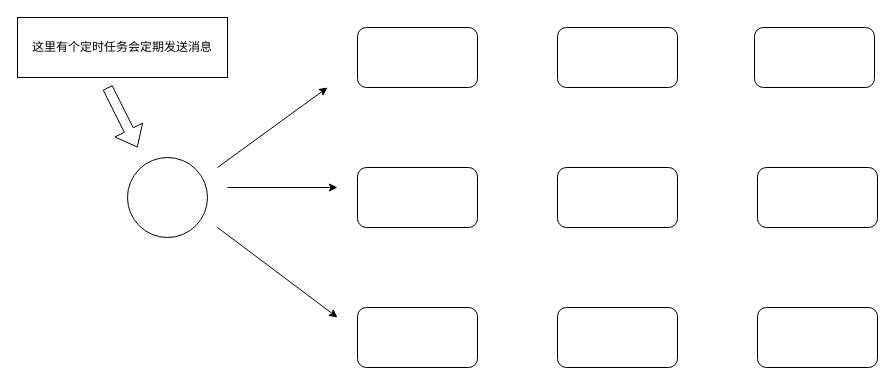
xinzhuxiansheng/blog-notes keeps this draw.io diagram as Drawio/Akka.drawio. Above is the earlier version. Source tidied: cells renumbered, new cells numbered last; positions are measured from the earlier drawing's top-left corner, leaving out a move shared by most shapes. Both pictures are drawn from the tidied source at 100%, with x=0, y=0 at pixel (17, 17).
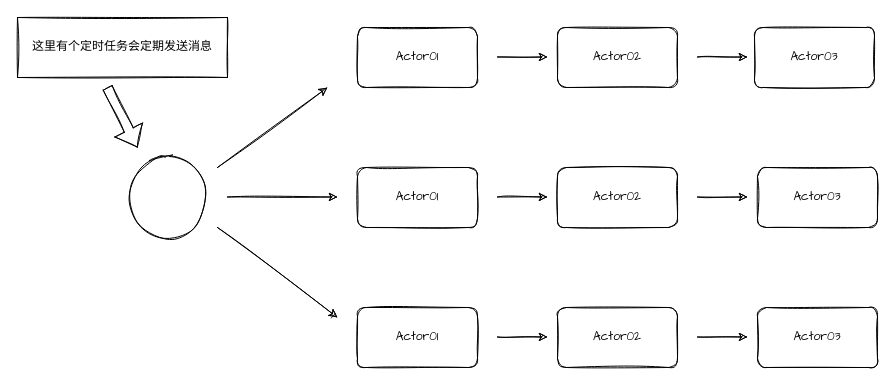
The same diagram, later.

The edit, as a diff of the source:
```diff
@@
-    <mxCell id="2" style="ellipse;whiteSpace=wrap;html=1;" parent="1" vertex="1">
+    <mxCell id="2" style="ellipse;whiteSpace=wrap;html=1;sketch=1;fontFamily=Comic Sans MS;" parent="1" vertex="1">
       <mxGeometry x="110" y="140" width="80" height="80" as="geometry" />
     </mxCell>
-    <mxCell id="3" style="rounded=1;whiteSpace=wrap;html=1;" parent="1" vertex="1">
+    <mxCell id="3" value="Actor01" style="rounded=1;whiteSpace=wrap;html=1;sketch=1;fontFamily=Comic Sans MS;" parent="1" vertex="1">
       <mxGeometry x="340" y="10" width="120" height="60" as="geometry" />
     </mxCell>
-    <mxCell id="4" style="rounded=1;whiteSpace=wrap;html=1;" parent="1" vertex="1">
+    <mxCell id="4" value="&lt;span&gt;Actor02&lt;/span&gt;" style="rounded=1;whiteSpace=wrap;html=1;sketch=1;fontFamily=Comic Sans MS;" parent="1" vertex="1">
       <mxGeometry x="540" y="10" width="120" height="60" as="geometry" />
     </mxCell>
-    <mxCell id="5" style="rounded=1;whiteSpace=wrap;html=1;" parent="1" vertex="1">
+    <mxCell id="5" value="&lt;span&gt;Actor03&lt;/span&gt;" style="rounded=1;whiteSpace=wrap;html=1;sketch=1;fontFamily=Comic Sans MS;" parent="1" vertex="1">
       <mxGeometry x="737" y="10" width="120" height="60" as="geometry" />
     </mxCell>
-    <mxCell id="6" style="rounded=1;whiteSpace=wrap;html=1;" parent="1" vertex="1">
+    <mxCell id="6" value="&lt;span&gt;Actor01&lt;/span&gt;" style="rounded=1;whiteSpace=wrap;html=1;sketch=1;fontFamily=Comic Sans MS;" parent="1" vertex="1">
       <mxGeometry x="340" y="150" width="120" height="60" as="geometry" />
     </mxCell>
-    <mxCell id="7" style="rounded=1;whiteSpace=wrap;html=1;" parent="1" vertex="1">
+    <mxCell id="7" value="&lt;span&gt;Actor02&lt;/span&gt;" style="rounded=1;whiteSpace=wrap;html=1;sketch=1;fontFamily=Comic Sans MS;" parent="1" vertex="1">
       <mxGeometry x="540" y="150" width="120" height="60" as="geometry" />
     </mxCell>
-    <mxCell id="8" style="rounded=1;whiteSpace=wrap;html=1;" parent="1" vertex="1">
+    <mxCell id="8" value="&lt;span&gt;Actor03&lt;/span&gt;" style="rounded=1;whiteSpace=wrap;html=1;sketch=1;fontFamily=Comic Sans MS;" parent="1" vertex="1">
       <mxGeometry x="740" y="150" width="120" height="60" as="geometry" />
     </mxCell>
-    <mxCell id="9" style="rounded=1;whiteSpace=wrap;html=1;" parent="1" vertex="1">
+    <mxCell id="9" value="&lt;span&gt;Actor01&lt;/span&gt;" style="rounded=1;whiteSpace=wrap;html=1;sketch=1;fontFamily=Comic Sans MS;" parent="1" vertex="1">
       <mxGeometry x="340" y="290" width="120" height="60" as="geometry" />
     </mxCell>
-    <mxCell id="10" style="rounded=1;whiteSpace=wrap;html=1;" parent="1" vertex="1">
+    <mxCell id="10" value="&lt;span&gt;Actor02&lt;/span&gt;" style="rounded=1;whiteSpace=wrap;html=1;sketch=1;fontFamily=Comic Sans MS;" parent="1" vertex="1">
       <mxGeometry x="540" y="290" width="120" height="60" as="geometry" />
     </mxCell>
-    <mxCell id="11" style="rounded=1;whiteSpace=wrap;html=1;" parent="1" vertex="1">
+    <mxCell id="11" value="&lt;span&gt;Actor03&lt;/span&gt;" style="rounded=1;whiteSpace=wrap;html=1;sketch=1;fontFamily=Comic Sans MS;" parent="1" vertex="1">
       <mxGeometry x="740" y="290" width="120" height="60" as="geometry" />
     </mxCell>
-    <mxCell id="12" style="endArrow=classic;html=1;rounded=0;" parent="1" edge="1">
+    <mxCell id="12" style="endArrow=classic;html=1;rounded=0;sketch=1;fontFamily=Comic Sans MS;" parent="1" edge="1">
       <mxGeometry relative="1" as="geometry">
         <mxPoint x="200" y="150" as="sourcePoint" />
         <mxPoint x="310" y="70" as="targetPoint" />
       </mxGeometry>
     </mxCell>
-    <mxCell id="13" style="endArrow=classic;html=1;rounded=0;" parent="1" edge="1">
+    <mxCell id="13" style="endArrow=classic;html=1;rounded=0;sketch=1;fontFamily=Comic Sans MS;" parent="1" edge="1">
       <mxGeometry relative="1" as="geometry">
-        <mxPoint x="210" y="170" as="sourcePoint" />
-        <mxPoint x="320" y="170" as="targetPoint" />
+        <mxPoint x="210" y="179.5" as="sourcePoint" />
+        <mxPoint x="320" y="179.5" as="targetPoint" />
       </mxGeometry>
     </mxCell>
-    <mxCell id="14" style="endArrow=classic;html=1;rounded=0;" parent="1" edge="1">
+    <mxCell id="14" style="endArrow=classic;html=1;rounded=0;sketch=1;fontFamily=Comic Sans MS;" parent="1" edge="1">
       <mxGeometry relative="1" as="geometry">
         <mxPoint x="200" y="210" as="sourcePoint" />
         <mxPoint x="320" y="300" as="targetPoint" />
       </mxGeometry>
     </mxCell>
-    <mxCell id="15" style="shape=flexArrow;endArrow=classic;html=1;rounded=0;" parent="1" edge="1">
+    <mxCell id="15" style="shape=flexArrow;endArrow=classic;html=1;rounded=0;sketch=1;fontFamily=Comic Sans MS;" parent="1" edge="1">
       <mxGeometry relative="1" as="geometry">
         <mxPoint x="90" y="70" as="sourcePoint" />
         <mxPoint x="120" y="130" as="targetPoint" />
       </mxGeometry>
     </mxCell>
-    <mxCell id="16" value="这里有个定时任务会定期发送消息" style="rounded=0;whiteSpace=wrap;html=1;" parent="1" vertex="1">
+    <mxCell id="16" value="这里有个定时任务会定期发送消息" style="rounded=0;whiteSpace=wrap;html=1;sketch=1;fontFamily=Comic Sans MS;" parent="1" vertex="1">
       <mxGeometry width="210" height="60" as="geometry" />
     </mxCell>
+    <mxCell id="17" style="endArrow=classic;html=1;rounded=0;sketch=1;fontFamily=Comic Sans MS;" parent="1" edge="1">
+      <mxGeometry relative="1" as="geometry">
+        <mxPoint x="480" y="39.5" as="sourcePoint" />
+        <mxPoint x="530" y="39.5" as="targetPoint" />
+      </mxGeometry>
+    </mxCell>
+    <mxCell id="18" style="endArrow=classic;html=1;rounded=0;sketch=1;fontFamily=Comic Sans MS;" parent="1" edge="1">
+      <mxGeometry relative="1" as="geometry">
+        <mxPoint x="480" y="179.5" as="sourcePoint" />
+        <mxPoint x="530" y="179.5" as="targetPoint" />
+      </mxGeometry>
+    </mxCell>
+    <mxCell id="19" style="endArrow=classic;html=1;rounded=0;sketch=1;fontFamily=Comic Sans MS;" parent="1" edge="1">
+      <mxGeometry relative="1" as="geometry">
+        <mxPoint x="480" y="319.5" as="sourcePoint" />
+        <mxPoint x="530" y="319.5" as="targetPoint" />
+      </mxGeometry>
+    </mxCell>
+    <mxCell id="20" style="endArrow=classic;html=1;rounded=0;sketch=1;fontFamily=Comic Sans MS;" parent="1" edge="1">
+      <mxGeometry relative="1" as="geometry">
+        <mxPoint x="680" y="39.5" as="sourcePoint" />
+        <mxPoint x="730" y="39.5" as="targetPoint" />
+      </mxGeometry>
+    </mxCell>
+    <mxCell id="21" style="endArrow=classic;html=1;rounded=0;sketch=1;fontFamily=Comic Sans MS;" parent="1" edge="1">
+      <mxGeometry relative="1" as="geometry">
+        <mxPoint x="680" y="179.5" as="sourcePoint" />
+        <mxPoint x="730" y="179.5" as="targetPoint" />
+      </mxGeometry>
+    </mxCell>
+    <mxCell id="22" style="endArrow=classic;html=1;rounded=0;sketch=1;fontFamily=Comic Sans MS;" parent="1" edge="1">
+      <mxGeometry relative="1" as="geometry">
+        <mxPoint x="680" y="319.5" as="sourcePoint" />
+        <mxPoint x="730" y="319.5" as="targetPoint" />
+      </mxGeometry>
+    </mxCell>
```
